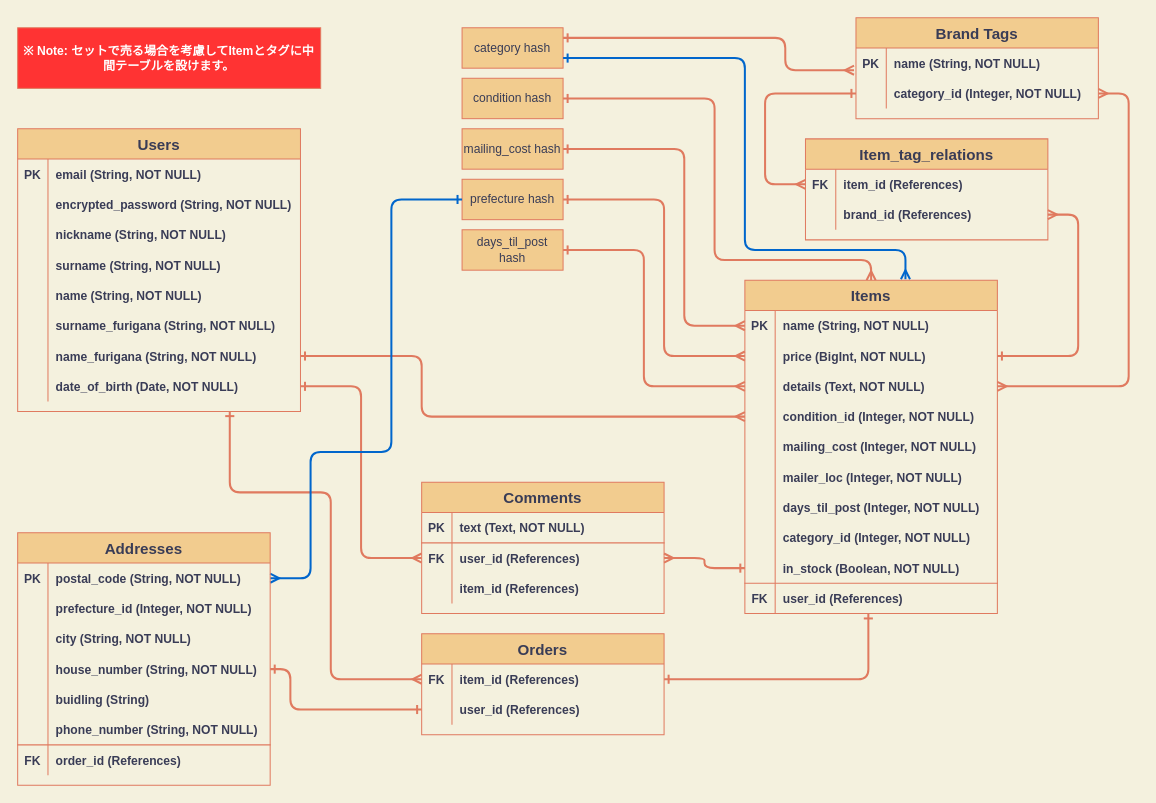
Before: ER.drawio in FM-HXR/furima-34588, a draw.io diagram. Source tidied: cells renumbered, new cells numbered last; positions are measured from the earlier drawing's top-left corner, leaving out a move shared by most shapes. Both pictures are drawn from the tidied source at 101%, with x=0, y=0 at pixel (17, 17).
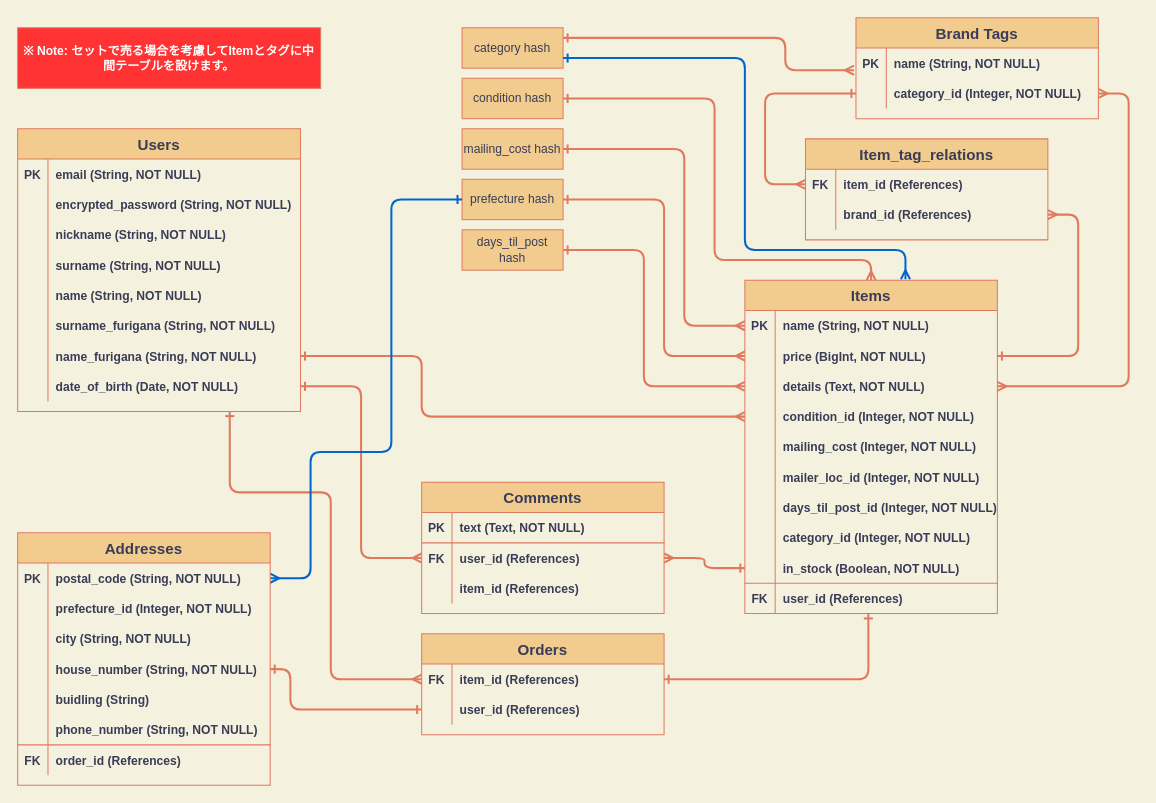
After the change.

Unchanged cells that the change refers to:
```xml
<mxCell id="48" style="shape=partialRectangle;fillColor=none;top=0;left=0;bottom=1;right=0;strokeColor=none;fontColor=#393C56;" parent="32" vertex="1">
  <mxGeometry y="180" width="250" height="30" as="geometry" />
</mxCell>
<mxCell id="51" style="shape=partialRectangle;fillColor=none;top=0;left=0;bottom=1;right=0;fontColor=#393C56;strokeColor=none;" parent="32" vertex="1">
  <mxGeometry y="210" width="250" height="30" as="geometry" />
</mxCell>
```

Diff of the diagram source:
```diff
@@
-    <mxCell id="50" value="mailer_loc (Integer, NOT NULL)" style="shape=partialRectangle;fillColor=none;top=0;left=0;bottom=0;right=0;align=left;spacingLeft=6;fontStyle=1;overflow=hidden;strokeColor=#E07A5F;fontColor=#393C56;" parent="48" vertex="1">
+    <mxCell id="50" value="mailer_loc_id (Integer, NOT NULL)" style="shape=partialRectangle;fillColor=none;top=0;left=0;bottom=0;right=0;align=left;spacingLeft=6;fontStyle=1;overflow=hidden;strokeColor=#E07A5F;fontColor=#393C56;" parent="48" vertex="1">
       <mxGeometry x="30" width="220" height="30" as="geometry" />
     </mxCell>
@@
-    <mxCell id="53" value="days_til_post (Integer, NOT NULL)" style="shape=partialRectangle;fillColor=none;top=0;left=0;bottom=0;right=0;align=left;spacingLeft=6;fontStyle=1;overflow=hidden;fontColor=#393C56;" parent="51" vertex="1">
+    <mxCell id="53" value="days_til_post_id (Integer, NOT NULL)" style="shape=partialRectangle;fillColor=none;top=0;left=0;bottom=0;right=0;align=left;spacingLeft=6;fontStyle=1;overflow=hidden;fontColor=#393C56;" parent="51" vertex="1">
       <mxGeometry x="30" width="220" height="30" as="geometry" />
     </mxCell>
```
